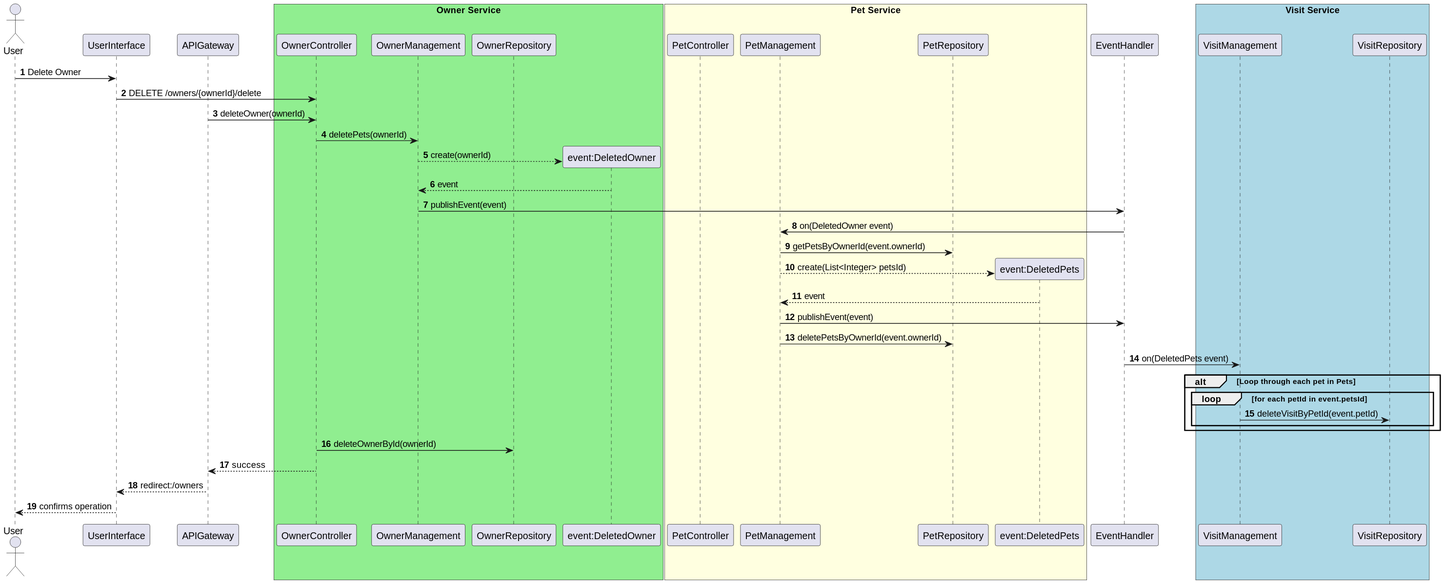
Above: docs/svg/deleteOwner_SD_Microservices.svg in NunoMarmeleiro/spring-petclinic (PlantUML), before the change. The source it was exported from:
```plantuml
@startuml

autonumber

actor User
participant UserInterface
participant APIGateway

box "Owner Service" #LightGreen
    participant OwnerController
    participant OwnerManagement
    participant OwnerRepository
    participant "event:DeletedOwner"
end box

box "Pet Service" #lightyellow
    participant PetController
    participant PetManagement
    participant PetRepository
    participant "event:DeletedPets"
end box

participant EventHandler

box "Visit Service" #lightblue
    participant VisitManagement
    participant VisitRepository
end box

User -> UserInterface: Delete Owner
UserInterface -> OwnerController: DELETE /owners/{ownerId}/delete
APIGateway -> OwnerController: deleteOwner(ownerId)

OwnerController -> OwnerManagement: deletePets(ownerId)
OwnerManagement --> "event:DeletedOwner" **: create(ownerId)
"event:DeletedOwner" --> OwnerManagement: event
OwnerManagement -> EventHandler: publishEvent(event)

EventHandler -> PetManagement: on(DeletedOwner event)
PetManagement -> PetRepository: getPetsByOwnerId(event.ownerId)
PetManagement --> "event:DeletedPets" **: create(List<Integer> petsId)
"event:DeletedPets" --> PetManagement: event
PetManagement -> EventHandler: publishEvent(event)

PetManagement -> PetRepository: deletePetsByOwnerId(event.ownerId)


EventHandler -> VisitManagement: on(DeletedPets event)
alt Loop through each pet in Pets
    Loop for each petId in event.petsId
        VisitManagement -> VisitRepository: deleteVisitByPetId(event.petId)
    end
end

OwnerController -> OwnerRepository: deleteOwnerById(ownerId)
OwnerController --> APIGateway: success
APIGateway --> UserInterface: redirect:/owners
UserInterface --> User: confirms operation
@enduml
```
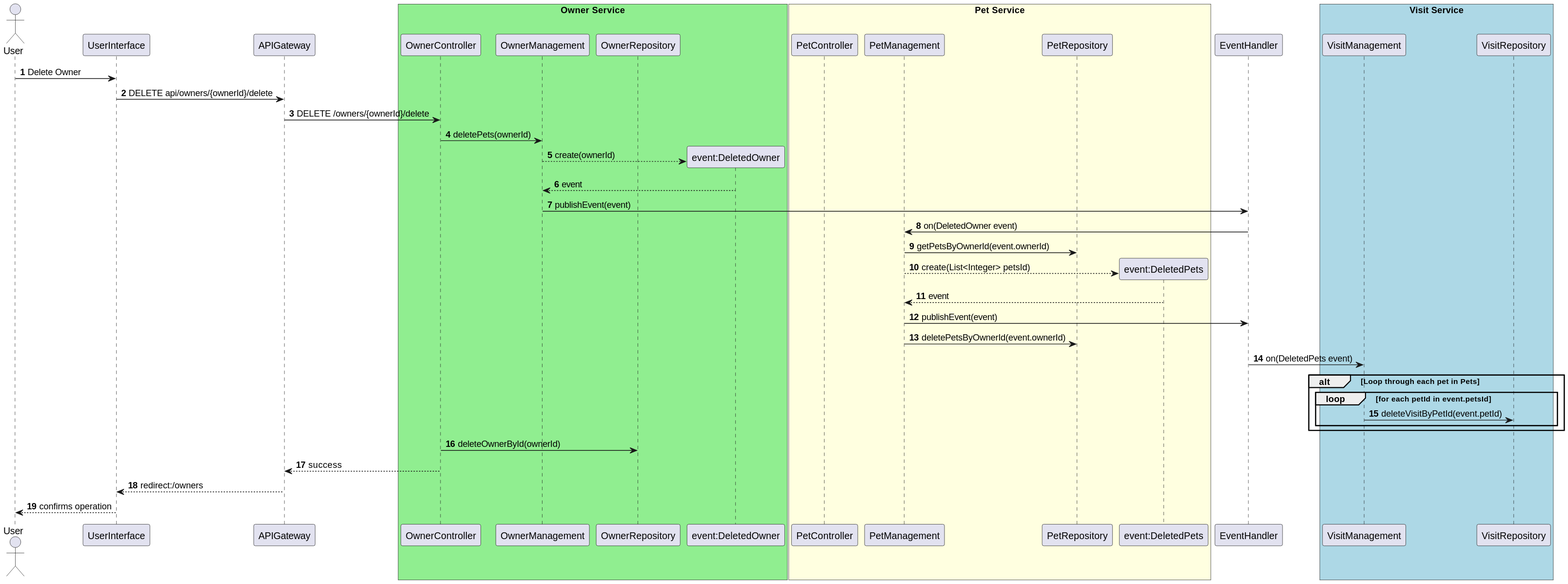
Above is the later version.

What changed in the source:
```diff
@@ -28,8 +28,8 @@
 end box
 
 User -> UserInterface: Delete Owner
-UserInterface -> OwnerController: DELETE /owners/{ownerId}/delete
-APIGateway -> OwnerController: deleteOwner(ownerId)
+UserInterface -> APIGateway: DELETE api/owners/{ownerId}/delete
+APIGateway -> OwnerController: DELETE /owners/{ownerId}/delete
 
 OwnerController -> OwnerManagement: deletePets(ownerId)
 OwnerManagement --> "event:DeletedOwner" **: create(ownerId)
```
